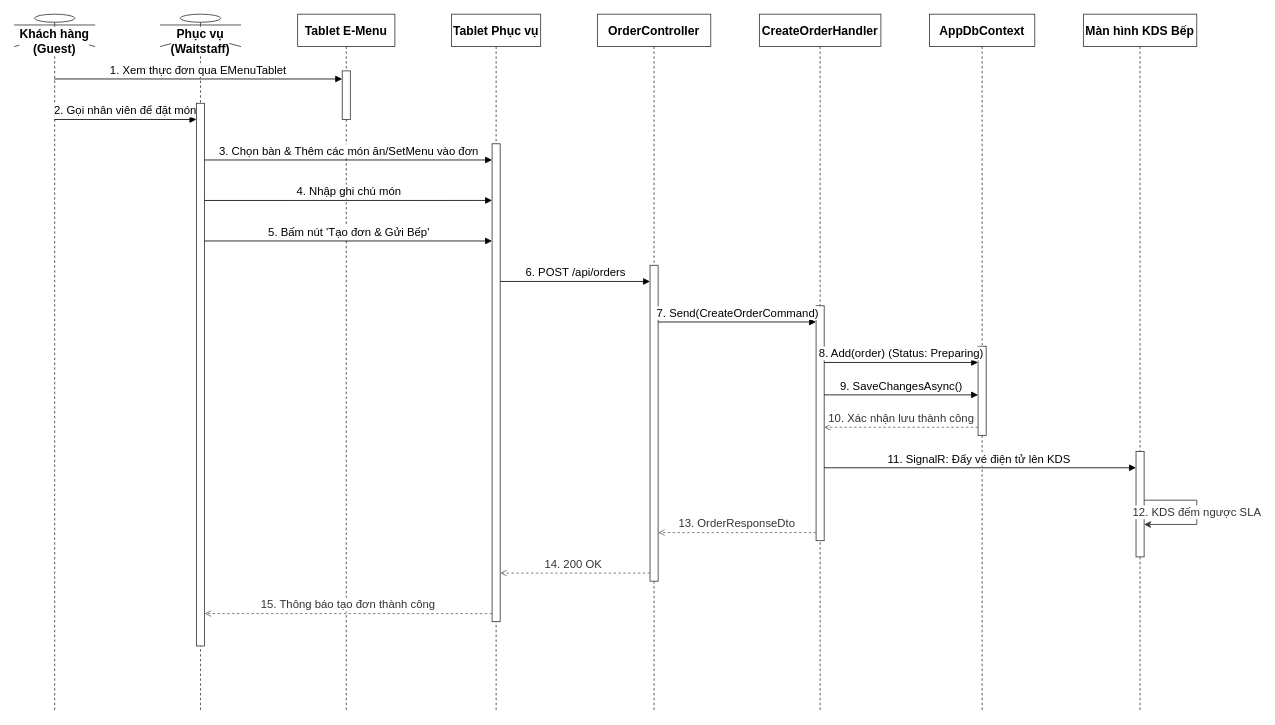
This is docs/phase1/drawio/sd02_waitstaff_ordering.drawio from AndrewQng/VinDining, a draw.io file, before an edit. Source tidied: cells renumbered, new cells numbered last; positions are measured from the earlier drawing's top-left corner, leaving out a move shared by most shapes. Both pictures are drawn from the tidied source at 81%, with x=0, y=0 at pixel (14, 14).
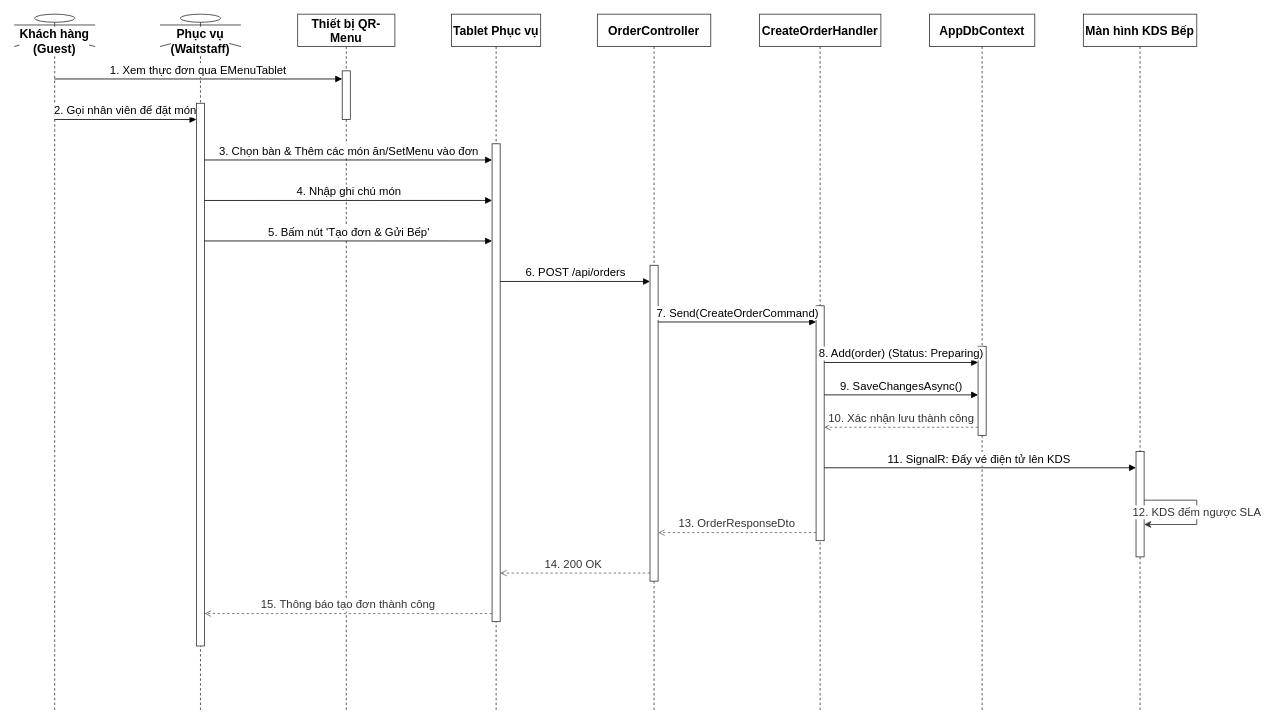
Above is the later version.

The edit, as a diff of the source:
```diff
@@
-    <mxCell id="5" value="Tablet E-Menu" style="shape=umlLifeline;perimeter=lifelinePerimeter;whiteSpace=wrap;html=1;size=40;fontSize=15;fontStyle=1;fillColor=#ffffff;strokeColor=#333333;" parent="1" vertex="1">
+    <mxCell id="5" value="Thiết bị QR-Menu" style="shape=umlLifeline;perimeter=lifelinePerimeter;whiteSpace=wrap;html=1;size=40;fontSize=15;fontStyle=1;fillColor=#ffffff;strokeColor=#333333;" parent="1" vertex="1">
       <mxGeometry x="350" width="120" height="860" as="geometry" />
     </mxCell>
```
